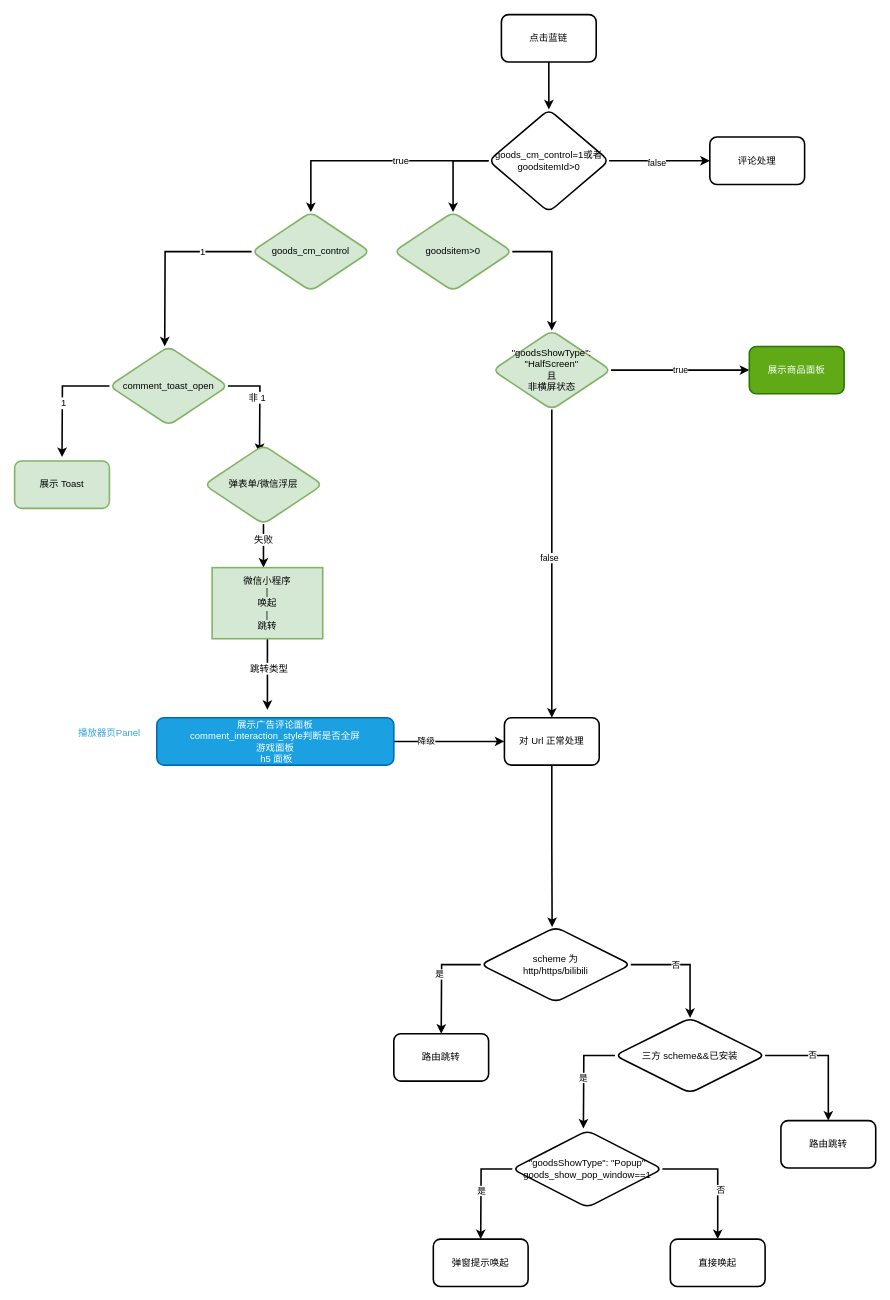
Earlier version of the draw.io diagram new蓝链点击逻辑.drawio (windherd/draw.io). Source tidied: cells renumbered, new cells numbered last; positions are measured from the earlier drawing's top-left corner, leaving out a move shared by most shapes. Both pictures are drawn from the tidied source at 79%, with x=0, y=0 at pixel (14, 14).
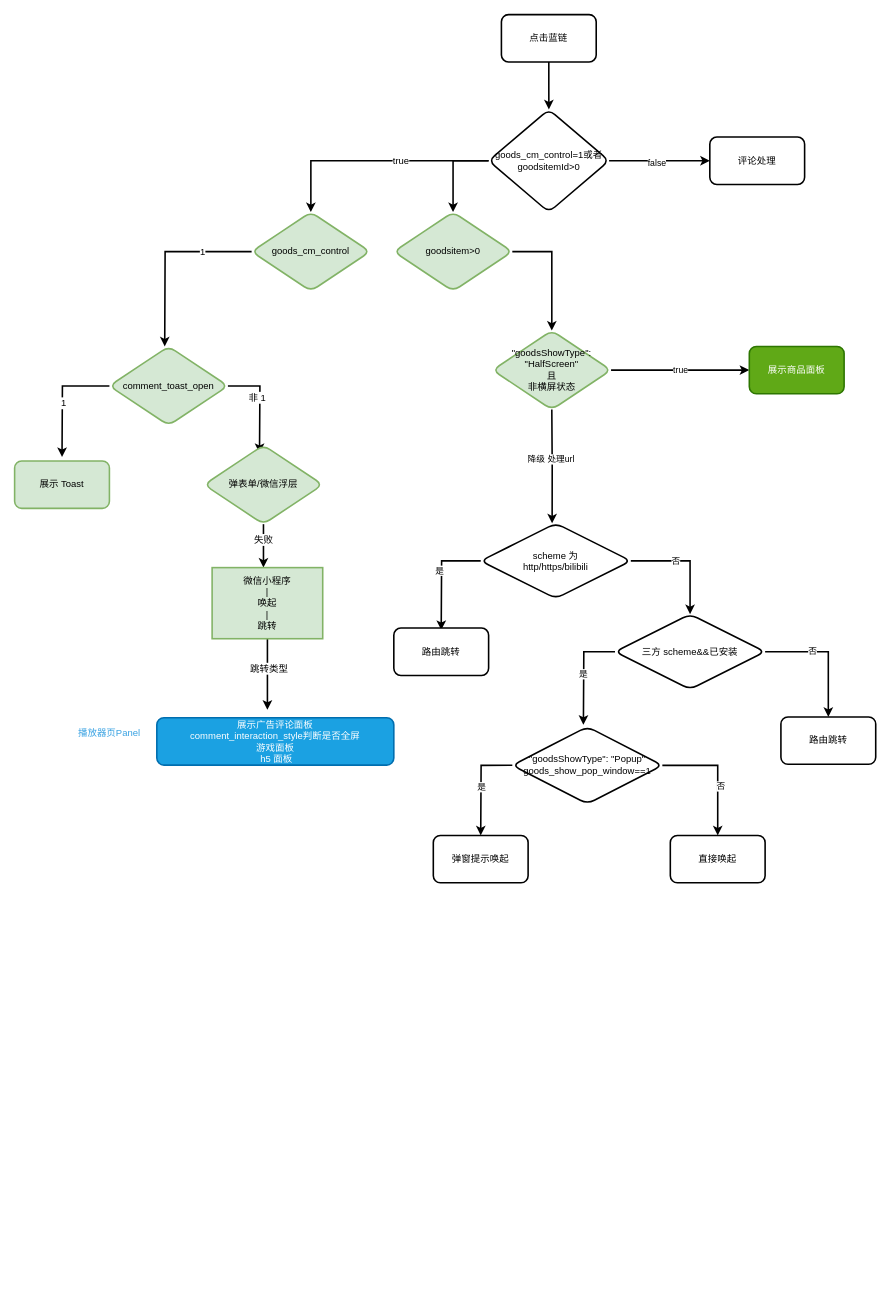
The same page after the edit.

Commit message:
更新new蓝链点击逻辑.drawio

Unchanged cells that the change refers to:
```xml
<mxCell id="17" value="&quot;goodsShowType&quot;: &quot;HalfScreen&quot;&lt;br&gt;且&lt;br&gt;非横屏状态" style="rhombus;whiteSpace=wrap;html=1;rounded=1;strokeColor=#82b366;strokeWidth=2;fontFamily=Helvetica;fontSize=12;fillColor=#d5e8d4;" parent="1" vertex="1">
  <mxGeometry x="605" y="400" width="150" height="100" as="geometry" />
</mxCell>
<mxCell id="30" value="展示广告评论面板&lt;br&gt;comment_interaction_style判断是否全屏&lt;br&gt;游戏面板&lt;br&gt;&amp;nbsp;h5 面板" style="whiteSpace=wrap;html=1;fillColor=#1ba1e2;strokeColor=#006EAF;rounded=1;strokeWidth=2;fontColor=#ffffff;" parent="1" vertex="1">
  <mxGeometry x="180" y="890" width="300" height="60" as="geometry" />
</mxCell>
```

The edit, as a diff of the source:
```diff
@@
-    <mxCell id="14" style="edgeStyle=orthogonalEdgeStyle;shape=connector;rounded=0;jettySize=auto;html=1;labelBackgroundColor=default;strokeColor=default;strokeWidth=2;fontFamily=Helvetica;fontSize=12;fontColor=default;endArrow=classic;entryX=0.5;entryY=0;entryDx=0;entryDy=0;" parent="1" edge="1" source="17" target="36">
-      <mxGeometry relative="1" as="geometry" />
-    </mxCell>
-    <mxCell id="15" value="false" style="edgeLabel;html=1;align=center;verticalAlign=middle;" parent="14" vertex="1">
-      <mxGeometry x="-0.04" y="-4" relative="1" as="geometry" />
-    </mxCell>
@@
-    <mxCell id="28" style="edgeStyle=orthogonalEdgeStyle;rounded=0;jettySize=auto;html=1;strokeWidth=2;entryX=0;entryY=0.5;entryDx=0;entryDy=0;" parent="1" edge="1" source="30" target="36">
-      <mxGeometry relative="1" as="geometry" />
-    </mxCell>
-    <mxCell id="29" value="降级" style="edgeLabel;html=1;align=center;verticalAlign=middle;" parent="28" vertex="1">
-      <mxGeometry x="-0.43" y="1" relative="1" as="geometry" />
-    </mxCell>
@@
-    <mxCell id="35" style="edgeStyle=orthogonalEdgeStyle;shape=connector;rounded=0;jettySize=auto;html=1;labelBackgroundColor=default;strokeColor=default;strokeWidth=2;fontFamily=Helvetica;fontSize=12;fontColor=default;endArrow=classic;" parent="1" edge="1" source="36">
+    <mxCell id="35" style="edgeStyle=orthogonalEdgeStyle;shape=connector;rounded=0;orthogonalLoop=1;jettySize=auto;html=1;labelBackgroundColor=default;strokeColor=default;strokeWidth=2;fontFamily=Helvetica;fontSize=12;fontColor=default;endArrow=classic;" parent="1" edge="1">
       <mxGeometry relative="1" as="geometry">
-        <mxPoint x="680.4" y="1155" as="targetPoint" />
+        <mxPoint x="680" y="500" as="sourcePoint" />
+        <mxPoint x="680.4" y="644" as="targetPoint" />
       </mxGeometry>
     </mxCell>
-    <mxCell id="36" value="对 Url 正常处理" style="whiteSpace=wrap;html=1;rounded=1;strokeWidth=2;" parent="1" vertex="1">
-      <mxGeometry x="620" y="890" width="120" height="60" as="geometry" />
-    </mxCell>
+    <mxCell id="58" value="降级 处理url" style="edgeLabel;html=1;align=center;verticalAlign=middle;fontSize=11;fontFamily=Helvetica;fontColor=default;" parent="35" vertex="1">
+      <mxGeometry x="-0.14" y="-2" relative="1" as="geometry" />
+    </mxCell>
     <mxCell id="37" style="edgeStyle=orthogonalEdgeStyle;rounded=0;jettySize=auto;html=1;entryX=0.5;entryY=0;entryDx=0;entryDy=0;exitX=0;exitY=0.5;exitDx=0;exitDy=0;strokeWidth=2;" parent="1" edge="1" source="41">
       <mxGeometry relative="1" as="geometry">
-        <mxPoint x="540" y="1290" as="targetPoint" />
+        <mxPoint x="540" y="779" as="targetPoint" />
       </mxGeometry>
     </mxCell>
@@
     <mxCell id="41" value="scheme 为&lt;br&gt;http/https/bilibili" style="rhombus;whiteSpace=wrap;html=1;rounded=1;strokeWidth=2;fontFamily=Helvetica;fontSize=12;" parent="1" vertex="1">
-      <mxGeometry x="590" y="1155" width="190" height="95" as="geometry" />
+      <mxGeometry x="590" y="644" width="190" height="95" as="geometry" />
     </mxCell>
     <mxCell id="42" value="路由跳转" style="whiteSpace=wrap;html=1;rounded=1;strokeWidth=2;" parent="1" vertex="1">
-      <mxGeometry x="480" y="1290" width="120" height="60" as="geometry" />
+      <mxGeometry x="480" y="776.5" width="120" height="60" as="geometry" />
     </mxCell>
     <mxCell id="43" style="edgeStyle=orthogonalEdgeStyle;shape=connector;rounded=0;jettySize=auto;html=1;labelBackgroundColor=default;strokeColor=default;strokeWidth=2;fontFamily=Helvetica;fontSize=11;fontColor=default;endArrow=classic;exitX=0;exitY=0.5;exitDx=0;exitDy=0;" parent="1" edge="1" source="47">
       <mxGeometry relative="1" as="geometry">
-        <mxPoint x="720" y="1410" as="targetPoint" />
+        <mxPoint x="720" y="899" as="targetPoint" />
       </mxGeometry>
     </mxCell>
@@
     <mxCell id="47" value="三方 scheme&amp;amp;&amp;amp;已安装" style="rhombus;whiteSpace=wrap;html=1;rounded=1;strokeWidth=2;fontFamily=Helvetica;fontSize=12;" parent="1" vertex="1">
-      <mxGeometry x="760" y="1270" width="190" height="95" as="geometry" />
+      <mxGeometry x="760" y="759" width="190" height="95" as="geometry" />
     </mxCell>
     <mxCell id="48" value="路由跳转" style="whiteSpace=wrap;html=1;rounded=1;strokeWidth=2;" parent="1" vertex="1">
-      <mxGeometry x="970" y="1400" width="120" height="60" as="geometry" />
+      <mxGeometry x="970" y="889" width="120" height="60" as="geometry" />
     </mxCell>
     <mxCell id="49" style="edgeStyle=orthogonalEdgeStyle;shape=connector;rounded=0;jettySize=auto;html=1;labelBackgroundColor=default;strokeColor=default;strokeWidth=2;fontFamily=Helvetica;fontSize=11;fontColor=default;endArrow=classic;exitX=0;exitY=0.5;exitDx=0;exitDy=0;" parent="1" edge="1" source="53">
       <mxGeometry relative="1" as="geometry">
-        <mxPoint x="590" y="1550" as="targetPoint" />
+        <mxPoint x="590" y="1039" as="targetPoint" />
       </mxGeometry>
     </mxCell>
@@
     <mxCell id="53" value="&quot;goodsShowType&quot;: &quot;Popup&quot;&lt;br&gt;goods_show_pop_window==1" style="rhombus;whiteSpace=wrap;html=1;rounded=1;strokeWidth=2;fontFamily=Helvetica;fontSize=12;" parent="1" vertex="1">
-      <mxGeometry x="630" y="1412.5" width="190" height="97.5" as="geometry" />
+      <mxGeometry x="630" y="901.5" width="190" height="97.5" as="geometry" />
     </mxCell>
     <mxCell id="54" value="直接唤起" style="whiteSpace=wrap;html=1;rounded=1;strokeWidth=2;" parent="1" vertex="1">
-      <mxGeometry x="830" y="1550" width="120" height="60" as="geometry" />
+      <mxGeometry x="830" y="1039" width="120" height="60" as="geometry" />
     </mxCell>
     <mxCell id="55" value="弹窗提示唤起" style="whiteSpace=wrap;html=1;rounded=1;strokeWidth=2;" parent="1" vertex="1">
-      <mxGeometry x="530" y="1550" width="120" height="60" as="geometry" />
+      <mxGeometry x="530" y="1039" width="120" height="60" as="geometry" />
     </mxCell>
```
